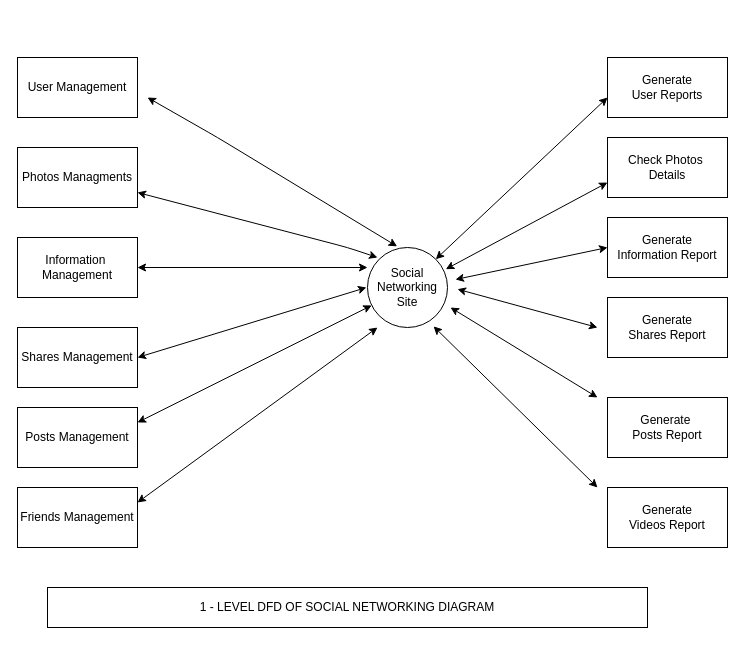
wagadrepallavi/FED-QUIZ-1 keeps this draw.io diagram as Untitled Diagram.drawio. Above is the earlier version. Source tidied: cells renumbered, new cells numbered last; positions are measured from the earlier drawing's top-left corner, leaving out a move shared by most shapes. Both pictures are drawn from the tidied source at 100%, with x=0, y=0 at pixel (17, 57).
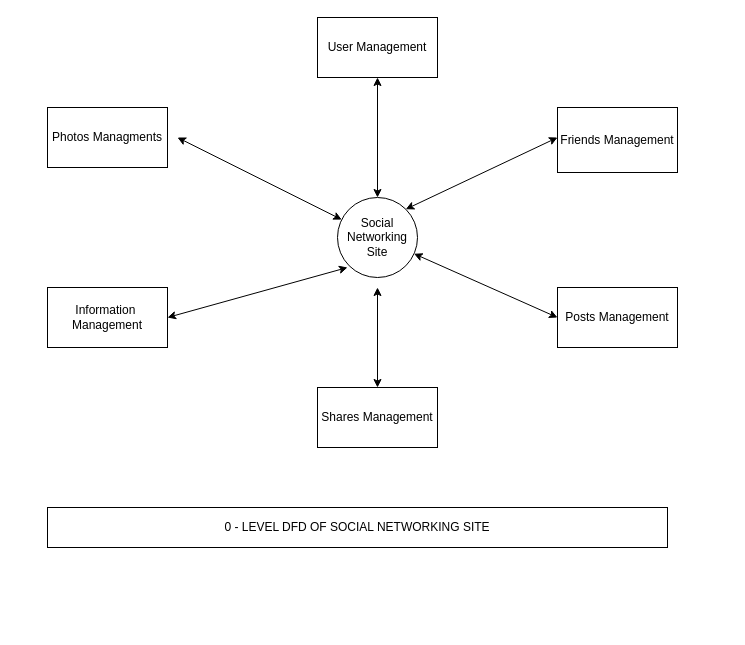
The same page after the edit.

Change to the diagram source:
```diff
@@
     <mxCell id="2" value="Social&lt;br&gt;Networking Site" style="ellipse;whiteSpace=wrap;html=1;" parent="1" vertex="1">
-      <mxGeometry x="350" y="190" width="80" height="80" as="geometry" />
+      <mxGeometry x="320" y="140" width="80" height="80" as="geometry" />
     </mxCell>
     <mxCell id="3" value="User Management" style="rounded=0;whiteSpace=wrap;html=1;" parent="1" vertex="1">
-      <mxGeometry width="120" height="60" as="geometry" />
+      <mxGeometry x="300" y="-40" width="120" height="60" as="geometry" />
     </mxCell>
     <mxCell id="4" value="Shares Management" style="rounded=0;whiteSpace=wrap;html=1;" parent="1" vertex="1">
-      <mxGeometry y="270" width="120" height="60" as="geometry" />
+      <mxGeometry x="300" y="330" width="120" height="60" as="geometry" />
     </mxCell>
     <mxCell id="5" value="Photos Managments" style="rounded=0;whiteSpace=wrap;html=1;" parent="1" vertex="1">
-      <mxGeometry y="90" width="120" height="60" as="geometry" />
+      <mxGeometry x="30" y="50" width="120" height="60" as="geometry" />
     </mxCell>
     <mxCell id="6" value="Friends Management" style="rounded=0;whiteSpace=wrap;html=1;" parent="1" vertex="1">
-      <mxGeometry y="430" width="120" height="60" as="geometry" />
+      <mxGeometry x="540" y="50" width="120" height="65" as="geometry" />
     </mxCell>
     <mxCell id="7" value="Information&amp;nbsp; Management" style="rounded=0;whiteSpace=wrap;html=1;" parent="1" vertex="1">
-      <mxGeometry y="180" width="120" height="60" as="geometry" />
+      <mxGeometry x="30" y="230" width="120" height="60" as="geometry" />
     </mxCell>
     <mxCell id="8" value="Posts Management" style="rounded=0;whiteSpace=wrap;html=1;" parent="1" vertex="1">
-      <mxGeometry y="350" width="120" height="60" as="geometry" />
+      <mxGeometry x="540" y="230" width="120" height="60" as="geometry" />
     </mxCell>
-    <mxCell id="9" style="endArrow=classic;startArrow=classic;html=1;exitX=0.37;exitY=-0.014;exitDx=0;exitDy=0;exitPerimeter=0;" parent="1" edge="1" source="2">
-      <mxGeometry relative="1" as="geometry">
-        <mxPoint x="130" y="40" as="targetPoint" />
-        <Array as="points">
-          <mxPoint x="200" y="80" />
-          <mxPoint x="130" y="40" />
-        </Array>
-      </mxGeometry>
-    </mxCell>
     <mxCell id="10" style="endArrow=classic;startArrow=classic;html=1;exitX=1;exitY=0.5;exitDx=0;exitDy=0;" parent="1" edge="1" source="7">
       <mxGeometry relative="1" as="geometry">
-        <mxPoint x="350" y="210" as="targetPoint" />
+        <mxPoint x="330" y="210" as="targetPoint" />
       </mxGeometry>
     </mxCell>
-    <mxCell id="11" style="endArrow=classic;startArrow=classic;html=1;entryX=1;entryY=0.25;entryDx=0;entryDy=0;entryPerimeter=0;" parent="1" edge="1" source="2" target="8">
+    <mxCell id="11" style="endArrow=classic;startArrow=classic;html=1;entryX=0;entryY=0.5;entryDx=0;entryDy=0;" parent="1" edge="1" source="2" target="8">
       <mxGeometry relative="1" as="geometry" />
     </mxCell>
+    <mxCell id="28" style="endArrow=classic;startArrow=classic;html=1;exitX=0.5;exitY=0;exitDx=0;exitDy=0;" parent="1" edge="1" source="4">
+      <mxGeometry relative="1" as="geometry">
+        <mxPoint x="360" y="230" as="targetPoint" />
+      </mxGeometry>
+    </mxCell>
+    <mxCell id="29" style="endArrow=classic;startArrow=classic;html=1;" parent="1" edge="1" target="2">
+      <mxGeometry relative="1" as="geometry">
+        <mxPoint x="160" y="80" as="sourcePoint" />
+      </mxGeometry>
+    </mxCell>
-    <mxCell id="12" style="endArrow=classic;startArrow=classic;html=1;entryX=1;entryY=0.25;entryDx=0;entryDy=0;exitX=0.125;exitY=1;exitDx=0;exitDy=0;exitPerimeter=0;" parent="1" edge="1" source="2" target="6">
+    <mxCell id="12" style="endArrow=classic;startArrow=classic;html=1;exitX=1;exitY=0;exitDx=0;exitDy=0;entryX=0;entryY=0.462;entryDx=0;entryDy=0;entryPerimeter=0;" parent="1" edge="1" source="2" target="6">
       <mxGeometry relative="1" as="geometry" />
     </mxCell>
-    <mxCell id="13" style="endArrow=classic;startArrow=classic;html=1;exitX=1;exitY=0.5;exitDx=0;exitDy=0;" parent="1" edge="1" source="4">
-      <mxGeometry relative="1" as="geometry">
-        <mxPoint x="349" y="230" as="targetPoint" />
-      </mxGeometry>
-    </mxCell>
-    <mxCell id="14" style="endArrow=classic;startArrow=classic;html=1;exitX=1;exitY=0.75;exitDx=0;exitDy=0;" parent="1" edge="1" source="5">
-      <mxGeometry relative="1" as="geometry">
-        <mxPoint x="360" y="200" as="targetPoint" />
-        <Array as="points">
-          <mxPoint x="330" y="190" />
-        </Array>
-      </mxGeometry>
-    </mxCell>
-    <mxCell id="15" value="Generate&lt;br&gt;Information Report" style="rounded=0;whiteSpace=wrap;html=1;" parent="1" vertex="1">
-      <mxGeometry x="590" y="160" width="120" height="60" as="geometry" />
-    </mxCell>
-    <mxCell id="16" value="Generate&lt;br&gt;Shares Report" style="rounded=0;whiteSpace=wrap;html=1;" parent="1" vertex="1">
-      <mxGeometry x="590" y="240" width="120" height="60" as="geometry" />
-    </mxCell>
-    <mxCell id="17" value="Generate&amp;nbsp;&lt;br&gt;Posts Report" style="rounded=0;whiteSpace=wrap;html=1;" parent="1" vertex="1">
-      <mxGeometry x="590" y="340" width="120" height="60" as="geometry" />
-    </mxCell>
-    <mxCell id="18" value="Generate&lt;br&gt;Videos Report" style="rounded=0;whiteSpace=wrap;html=1;" parent="1" vertex="1">
-      <mxGeometry x="590" y="430" width="120" height="60" as="geometry" />
-    </mxCell>
-    <mxCell id="19" style="endArrow=classic;startArrow=classic;html=1;entryX=1;entryY=0;entryDx=0;entryDy=0;" parent="1" edge="1" target="2">
-      <mxGeometry relative="1" as="geometry">
-        <mxPoint x="590" y="40" as="sourcePoint" />
-      </mxGeometry>
-    </mxCell>
-    <mxCell id="20" style="endArrow=classic;startArrow=classic;html=1;entryX=1;entryY=0;entryDx=0;entryDy=0;exitX=0;exitY=0.75;exitDx=0;exitDy=0;" parent="1" edge="1">
-      <mxGeometry relative="1" as="geometry">
-        <mxPoint x="590" y="125" as="sourcePoint" />
-        <mxPoint x="428.3" y="211.7" as="targetPoint" />
-      </mxGeometry>
-    </mxCell>
-    <mxCell id="21" style="endArrow=classic;startArrow=classic;html=1;exitX=0;exitY=0.5;exitDx=0;exitDy=0;" parent="1" edge="1" source="15">
-      <mxGeometry relative="1" as="geometry">
-        <mxPoint x="438" y="222" as="targetPoint" />
-      </mxGeometry>
-    </mxCell>
-    <mxCell id="22" style="endArrow=classic;startArrow=classic;html=1;entryX=1;entryY=0;entryDx=0;entryDy=0;" parent="1" edge="1">
-      <mxGeometry relative="1" as="geometry">
-        <mxPoint x="580" y="270" as="sourcePoint" />
-        <mxPoint x="440" y="231.7" as="targetPoint" />
-      </mxGeometry>
-    </mxCell>
-    <mxCell id="23" style="endArrow=classic;startArrow=classic;html=1;" parent="1" edge="1">
-      <mxGeometry relative="1" as="geometry">
-        <mxPoint x="580" y="340" as="sourcePoint" />
-        <mxPoint x="433" y="250" as="targetPoint" />
-      </mxGeometry>
-    </mxCell>
-    <mxCell id="24" style="endArrow=classic;startArrow=classic;html=1;entryX=0.826;entryY=0.986;entryDx=0;entryDy=0;entryPerimeter=0;" parent="1" edge="1" target="2">
-      <mxGeometry relative="1" as="geometry">
-        <mxPoint x="580" y="430" as="sourcePoint" />
-      </mxGeometry>
-    </mxCell>
-    <mxCell id="25" value="Generate&lt;br&gt;User Reports" style="rounded=0;whiteSpace=wrap;html=1;" parent="1" vertex="1">
-      <mxGeometry x="590" width="120" height="60" as="geometry" />
-    </mxCell>
-    <mxCell id="26" value="Check Photos&amp;nbsp;&lt;br&gt;Details" style="rounded=0;whiteSpace=wrap;html=1;" parent="1" vertex="1">
-      <mxGeometry x="590" y="80" width="120" height="60" as="geometry" />
-    </mxCell>
-    <mxCell id="27" value="1 - LEVEL DFD OF SOCIAL NETWORKING DIAGRAM" style="rounded=0;whiteSpace=wrap;html=1;" parent="1" vertex="1">
-      <mxGeometry x="30" y="530" width="600" height="40" as="geometry" />
-    </mxCell>
+    <mxCell id="30" style="endArrow=classic;startArrow=classic;html=1;exitX=0.5;exitY=0;exitDx=0;exitDy=0;" parent="1" edge="1" source="2" target="3">
+      <mxGeometry relative="1" as="geometry" />
+    </mxCell>
+    <mxCell id="31" value="0 - LEVEL DFD OF SOCIAL NETWORKING SITE" style="rounded=0;whiteSpace=wrap;html=1;" parent="1" vertex="1">
+      <mxGeometry x="30" y="450" width="620" height="40" as="geometry" />
+    </mxCell>
```
